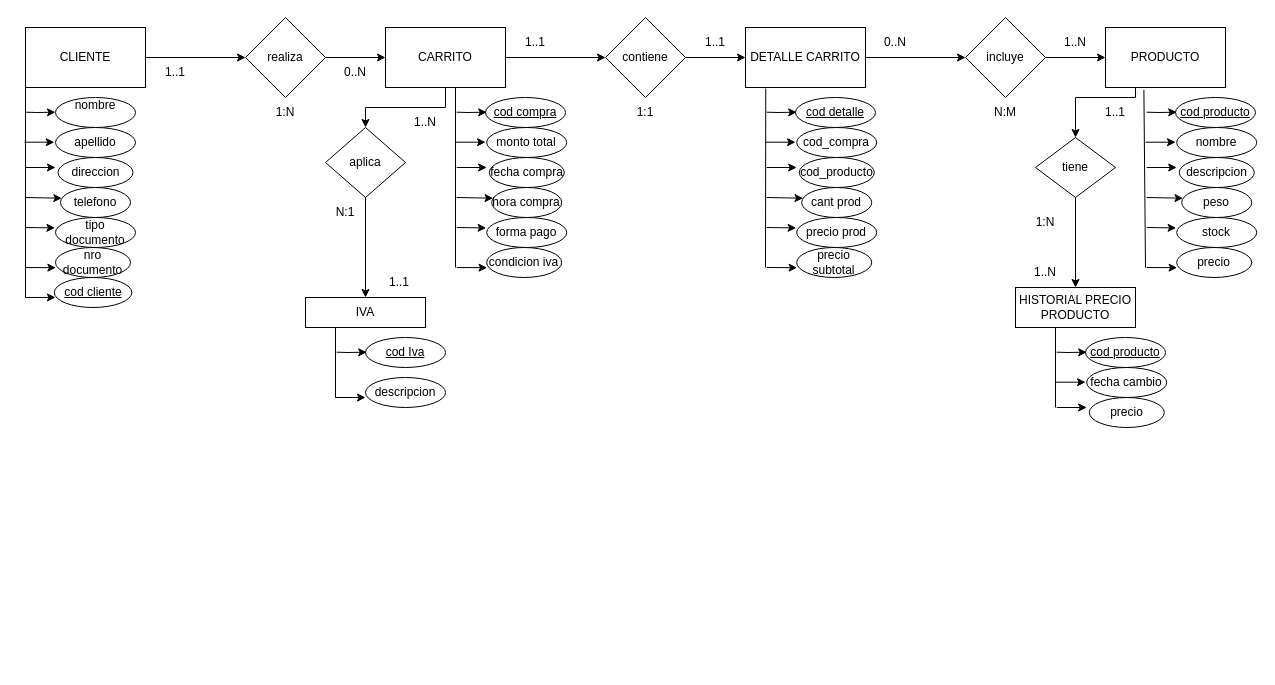
The draw.io diagram Tp1eraparte.drawio in JuliMeier/baseDeDatos1Repo, before the edit. Source tidied: cells renumbered, new cells numbered last; positions are measured from the earlier drawing's top-left corner, leaving out a move shared by most shapes. Both pictures are drawn from the tidied source at 100%, with x=0, y=0 at pixel (24, 17).
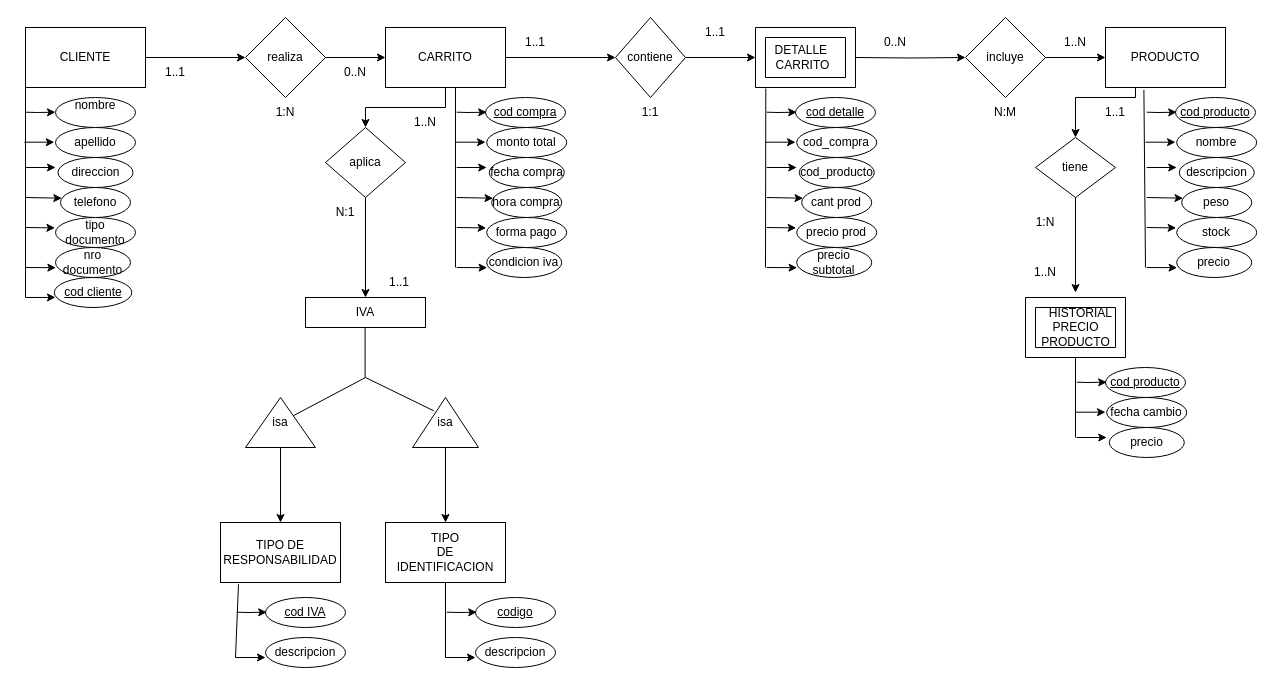
The same page after the edit.

The change refers to these unchanged cells:
```xml
<mxCell id="39" value="IVA" style="whiteSpace=wrap;html=1;rounded=0;" parent="1" vertex="1">
  <mxGeometry x="281" y="280" width="120" height="30" as="geometry" />
</mxCell>
<mxCell id="63" value="incluye" style="rhombus;whiteSpace=wrap;html=1;rounded=0;" parent="1" vertex="1">
  <mxGeometry x="941" width="80" height="80" as="geometry" />
</mxCell>
<mxCell id="80" value="tiene" style="rhombus;whiteSpace=wrap;html=1;" parent="1" vertex="1">
  <mxGeometry x="1011" y="120" width="80" height="60" as="geometry" />
</mxCell>
```

The edit, as a diff of the source:
```diff
@@
-    <mxCell id="40" value="cod Iva" style="ellipse;whiteSpace=wrap;html=1;fontStyle=4;" parent="1" vertex="1">
-      <mxGeometry x="341" y="320" width="80" height="30" as="geometry" />
+    <mxCell id="40" value="cod IVA" style="ellipse;whiteSpace=wrap;html=1;fontStyle=4;" parent="1" vertex="1">
+      <mxGeometry x="241" y="580" width="80" height="30" as="geometry" />
     </mxCell>
     <mxCell id="41" value="descripcion" style="ellipse;whiteSpace=wrap;html=1;" parent="1" vertex="1">
-      <mxGeometry x="341" y="360" width="80" height="30" as="geometry" />
+      <mxGeometry x="241" y="620" width="80" height="30" as="geometry" />
     </mxCell>
     <mxCell id="42" style="endArrow=classic;html=1;rounded=0;" parent="1" edge="1">
       <mxGeometry relative="1" as="geometry">
-        <mxPoint x="311" y="380" as="sourcePoint" />
-        <mxPoint x="341" y="380" as="targetPoint" />
+        <mxPoint x="211" y="640" as="sourcePoint" />
+        <mxPoint x="241" y="640" as="targetPoint" />
       </mxGeometry>
     </mxCell>
     <mxCell id="43" style="endArrow=classic;html=1;rounded=0;" parent="1" edge="1">
       <mxGeometry relative="1" as="geometry">
-        <mxPoint x="312.2" y="334.7" as="sourcePoint" />
-        <mxPoint x="342.2" y="334.7" as="targetPoint" />
+        <mxPoint x="212.2" y="594.7" as="sourcePoint" />
+        <mxPoint x="242.2" y="594.7" as="targetPoint" />
         <Array as="points">
-          <mxPoint x="323.5" y="335" />
+          <mxPoint x="223.5" y="595" />
         </Array>
       </mxGeometry>
     </mxCell>
-    <mxCell id="44" style="endArrow=none;html=1;rounded=0;entryX=0.25;entryY=1;entryDx=0;entryDy=0;" parent="1" edge="1" target="39">
+    <mxCell id="44" style="endArrow=none;html=1;rounded=0;" parent="1" edge="1">
       <mxGeometry relative="1" as="geometry">
-        <mxPoint x="311" y="350" as="sourcePoint" />
+        <mxPoint x="340.6" y="360" as="sourcePoint" />
+        <mxPoint x="340.6" y="310" as="targetPoint" />
         <Array as="points">
-          <mxPoint x="311" y="380" />
+          <mxPoint x="340.6" y="360" />
         </Array>
       </mxGeometry>
     </mxCell>
-    <mxCell id="45" style="edgeStyle=orthogonalEdgeStyle;rounded=0;jettySize=auto;html=1;" parent="1" edge="1" source="46" target="48">
+    <mxCell id="45" style="edgeStyle=orthogonalEdgeStyle;rounded=0;jettySize=auto;html=1;entryX=0;entryY=0.5;entryDx=0;entryDy=0;entryPerimeter=0;" parent="1" edge="1" source="46" target="105">
       <mxGeometry relative="1" as="geometry" />
     </mxCell>
     <mxCell id="46" value="contiene" style="rhombus;whiteSpace=wrap;html=1;rounded=0;" parent="1" vertex="1">
-      <mxGeometry x="581" width="80" height="80" as="geometry" />
+      <mxGeometry x="591" width="70" height="80" as="geometry" />
     </mxCell>
-    <mxCell id="47" style="edgeStyle=orthogonalEdgeStyle;rounded=0;jettySize=auto;html=1;" parent="1" edge="1" source="48" target="63">
-      <mxGeometry relative="1" as="geometry" />
+    <mxCell id="47" style="edgeStyle=orthogonalEdgeStyle;rounded=0;jettySize=auto;html=1;" parent="1" edge="1" target="63">
+      <mxGeometry relative="1" as="geometry">
+        <mxPoint x="831" y="40" as="sourcePoint" />
+      </mxGeometry>
     </mxCell>
-    <mxCell id="48" value="DETALLE CARRITO" style="whiteSpace=wrap;html=1;rounded=0;" parent="1" vertex="1">
-      <mxGeometry x="721" y="10" width="120" height="60" as="geometry" />
-    </mxCell>
@@
-    <mxCell id="61" style="endArrow=none;html=1;rounded=0;entryX=0.169;entryY=1.017;entryDx=0;entryDy=0;entryPerimeter=0;" parent="1" edge="1" target="48">
+    <mxCell id="61" style="endArrow=none;html=1;rounded=0;entryX=0.169;entryY=1.017;entryDx=0;entryDy=0;entryPerimeter=0;" parent="1" edge="1">
       <mxGeometry relative="1" as="geometry">
         <mxPoint x="741" y="250" as="sourcePoint" />
+        <mxPoint x="741.3" y="71" as="targetPoint" />
       </mxGeometry>
     </mxCell>
@@
-    <mxCell id="79" style="edgeStyle=orthogonalEdgeStyle;rounded=0;jettySize=auto;html=1;" parent="1" edge="1" source="80" target="81">
-      <mxGeometry relative="1" as="geometry" />
+    <mxCell id="79" style="edgeStyle=orthogonalEdgeStyle;rounded=0;jettySize=auto;html=1;" parent="1" edge="1" source="80">
+      <mxGeometry relative="1" as="geometry">
+        <mxPoint x="1051" y="275" as="targetPoint" />
+      </mxGeometry>
     </mxCell>
@@
-    <mxCell id="81" value="HISTORIAL PRECIO PRODUCTO" style="whiteSpace=wrap;html=1;" parent="1" vertex="1">
-      <mxGeometry x="991" y="270" width="120" height="40" as="geometry" />
-    </mxCell>
     <mxCell id="82" value="cod producto" style="ellipse;whiteSpace=wrap;html=1;fontStyle=4;" parent="1" vertex="1">
-      <mxGeometry x="1061" y="320" width="80" height="30" as="geometry" />
+      <mxGeometry x="1081" y="350" width="80" height="30" as="geometry" />
     </mxCell>
     <mxCell id="83" value="fecha cambio" style="ellipse;whiteSpace=wrap;html=1;" parent="1" vertex="1">
-      <mxGeometry x="1062.2" y="350" width="80" height="30" as="geometry" />
+      <mxGeometry x="1082.2" y="380" width="80" height="30" as="geometry" />
     </mxCell>
     <mxCell id="84" value="precio" style="ellipse;whiteSpace=wrap;html=1;" parent="1" vertex="1">
-      <mxGeometry x="1064.8" y="380" width="75" height="30" as="geometry" />
+      <mxGeometry x="1084.8" y="410" width="75" height="30" as="geometry" />
     </mxCell>
     <mxCell id="85" style="endArrow=classic;html=1;rounded=0;" parent="1" edge="1">
       <mxGeometry relative="1" as="geometry">
-        <mxPoint x="1032.2" y="390" as="sourcePoint" />
-        <mxPoint x="1062.2" y="390" as="targetPoint" />
+        <mxPoint x="1052.2" y="420" as="sourcePoint" />
+        <mxPoint x="1082.2" y="420" as="targetPoint" />
       </mxGeometry>
     </mxCell>
     <mxCell id="86" style="endArrow=classic;html=1;rounded=0;" parent="1" edge="1">
       <mxGeometry relative="1" as="geometry">
-        <mxPoint x="1031" y="364.7" as="sourcePoint" />
-        <mxPoint x="1061" y="364.7" as="targetPoint" />
+        <mxPoint x="1051" y="394.7" as="sourcePoint" />
+        <mxPoint x="1081" y="394.7" as="targetPoint" />
       </mxGeometry>
     </mxCell>
     <mxCell id="87" style="endArrow=classic;html=1;rounded=0;" parent="1" edge="1">
       <mxGeometry relative="1" as="geometry">
-        <mxPoint x="1032.2" y="334.7" as="sourcePoint" />
-        <mxPoint x="1062.2" y="334.7" as="targetPoint" />
+        <mxPoint x="1052.2" y="364.7" as="sourcePoint" />
+        <mxPoint x="1082.2" y="364.7" as="targetPoint" />
         <Array as="points">
-          <mxPoint x="1043.5" y="335" />
+          <mxPoint x="1063.5" y="365" />
         </Array>
       </mxGeometry>
     </mxCell>
     <mxCell id="88" style="endArrow=none;html=1;rounded=0;" parent="1" edge="1">
       <mxGeometry relative="1" as="geometry">
-        <mxPoint x="1031" y="390" as="sourcePoint" />
-        <mxPoint x="1031" y="310" as="targetPoint" />
+        <mxPoint x="1051" y="420" as="sourcePoint" />
+        <mxPoint x="1051" y="340" as="targetPoint" />
       </mxGeometry>
     </mxCell>
@@
     <mxCell id="91" value="1:1" style="text;html=1;align=center;verticalAlign=middle;whiteSpace=wrap;rounded=0;" parent="1" vertex="1">
-      <mxGeometry x="591" y="80" width="60" height="30" as="geometry" />
+      <mxGeometry x="596" y="80" width="60" height="30" as="geometry" />
     </mxCell>
@@
     <mxCell id="96" value="1..1" style="text;html=1;align=center;verticalAlign=middle;whiteSpace=wrap;rounded=0;" parent="1" vertex="1">
-      <mxGeometry x="661" y="10" width="60" height="30" as="geometry" />
+      <mxGeometry x="661" width="60" height="30" as="geometry" />
     </mxCell>
@@
+    <mxCell id="105" style="verticalLabelPosition=bottom;verticalAlign=top;html=1;shape=mxgraph.basic.frame;dx=10;whiteSpace=wrap;" parent="1" vertex="1">
+      <mxGeometry x="731" y="10" width="100" height="60" as="geometry" />
+    </mxCell>
+    <mxCell id="48" value="DETALLE&amp;nbsp;&lt;div&gt;CARRITO&lt;/div&gt;" style="text;html=1;align=center;verticalAlign=middle;points=[];strokeColor=none;fillColor=none;" parent="1" vertex="1">
+      <mxGeometry x="738" y="20" width="80" height="40" as="geometry" />
+    </mxCell>
+    <mxCell id="106" style="verticalLabelPosition=bottom;verticalAlign=top;html=1;shape=mxgraph.basic.frame;dx=10;whiteSpace=wrap;" parent="1" vertex="1">
+      <mxGeometry x="1001" y="280" width="100" height="60" as="geometry" />
+    </mxCell>
+    <mxCell id="81" value="&lt;span style=&quot;white-space: pre;&quot;&gt;&#9;&lt;/span&gt;HISTORIAL&lt;span style=&quot;white-space: pre;&quot;&gt;&#9;&lt;/span&gt;&lt;div&gt;PRECIO&lt;/div&gt;&lt;div&gt;PRODUCTO&lt;/div&gt;" style="text;html=1;align=center;verticalAlign=middle;points=[];strokeColor=none;fillColor=none;" parent="1" vertex="1">
+      <mxGeometry x="986" y="280" width="130" height="60" as="geometry" />
+    </mxCell>
+    <mxCell id="107" style="edgeStyle=orthogonalEdgeStyle;rounded=0;jettySize=auto;html=1;" parent="1" edge="1" source="108" target="112">
+      <mxGeometry relative="1" as="geometry" />
+    </mxCell>
+    <mxCell id="108" value="isa" style="triangle;whiteSpace=wrap;html=1;direction=north;" parent="1" vertex="1">
+      <mxGeometry x="221" y="380" width="70" height="50" as="geometry" />
+    </mxCell>
+    <mxCell id="109" style="edgeStyle=orthogonalEdgeStyle;rounded=0;jettySize=auto;html=1;" parent="1" edge="1" source="110" target="113">
+      <mxGeometry relative="1" as="geometry" />
+    </mxCell>
+    <mxCell id="110" value="isa" style="triangle;whiteSpace=wrap;html=1;direction=north;" parent="1" vertex="1">
+      <mxGeometry x="388" y="380" width="66" height="50" as="geometry" />
+    </mxCell>
+    <mxCell id="111" style="endArrow=none;html=1;rounded=0;entryX=0.733;entryY=0.323;entryDx=0;entryDy=0;entryPerimeter=0;" parent="1" edge="1" source="108" target="110">
+      <mxGeometry relative="1" as="geometry">
+        <Array as="points">
+          <mxPoint x="341" y="360" />
+        </Array>
+      </mxGeometry>
+    </mxCell>
+    <mxCell id="112" value="TIPO DE RESPONSABILIDAD" style="whiteSpace=wrap;html=1;" parent="1" vertex="1">
+      <mxGeometry x="196" y="505" width="120" height="60" as="geometry" />
+    </mxCell>
+    <mxCell id="113" value="TIPO&lt;div&gt;DE&lt;/div&gt;&lt;div&gt;IDENTIFICACION&lt;/div&gt;" style="whiteSpace=wrap;html=1;" parent="1" vertex="1">
+      <mxGeometry x="361" y="505" width="120" height="60" as="geometry" />
+    </mxCell>
+    <mxCell id="114" value="codigo" style="ellipse;whiteSpace=wrap;html=1;fontStyle=4;" parent="1" vertex="1">
+      <mxGeometry x="451" y="580" width="80" height="30" as="geometry" />
+    </mxCell>
+    <mxCell id="115" value="descripcion" style="ellipse;whiteSpace=wrap;html=1;" parent="1" vertex="1">
+      <mxGeometry x="451" y="620" width="80" height="30" as="geometry" />
+    </mxCell>
+    <mxCell id="116" style="endArrow=classic;html=1;rounded=0;" parent="1" edge="1">
+      <mxGeometry relative="1" as="geometry">
+        <mxPoint x="421" y="640" as="sourcePoint" />
+        <mxPoint x="451" y="640" as="targetPoint" />
+      </mxGeometry>
+    </mxCell>
+    <mxCell id="117" style="endArrow=classic;html=1;rounded=0;" parent="1" edge="1">
+      <mxGeometry relative="1" as="geometry">
+        <mxPoint x="422.2" y="594.7" as="sourcePoint" />
+        <mxPoint x="452.2" y="594.7" as="targetPoint" />
+        <Array as="points">
+          <mxPoint x="433.5" y="595" />
+        </Array>
+      </mxGeometry>
+    </mxCell>
+    <mxCell id="118" style="endArrow=none;html=1;rounded=0;exitX=0.5;exitY=1;exitDx=0;exitDy=0;" parent="1" edge="1" source="113">
+      <mxGeometry relative="1" as="geometry">
+        <mxPoint x="421" y="640" as="targetPoint" />
+      </mxGeometry>
+    </mxCell>
+    <mxCell id="119" style="endArrow=none;html=1;rounded=0;exitX=0.15;exitY=1.028;exitDx=0;exitDy=0;exitPerimeter=0;" parent="1" edge="1" source="112">
+      <mxGeometry relative="1" as="geometry">
+        <mxPoint x="211" y="640" as="targetPoint" />
+      </mxGeometry>
+    </mxCell>
```
